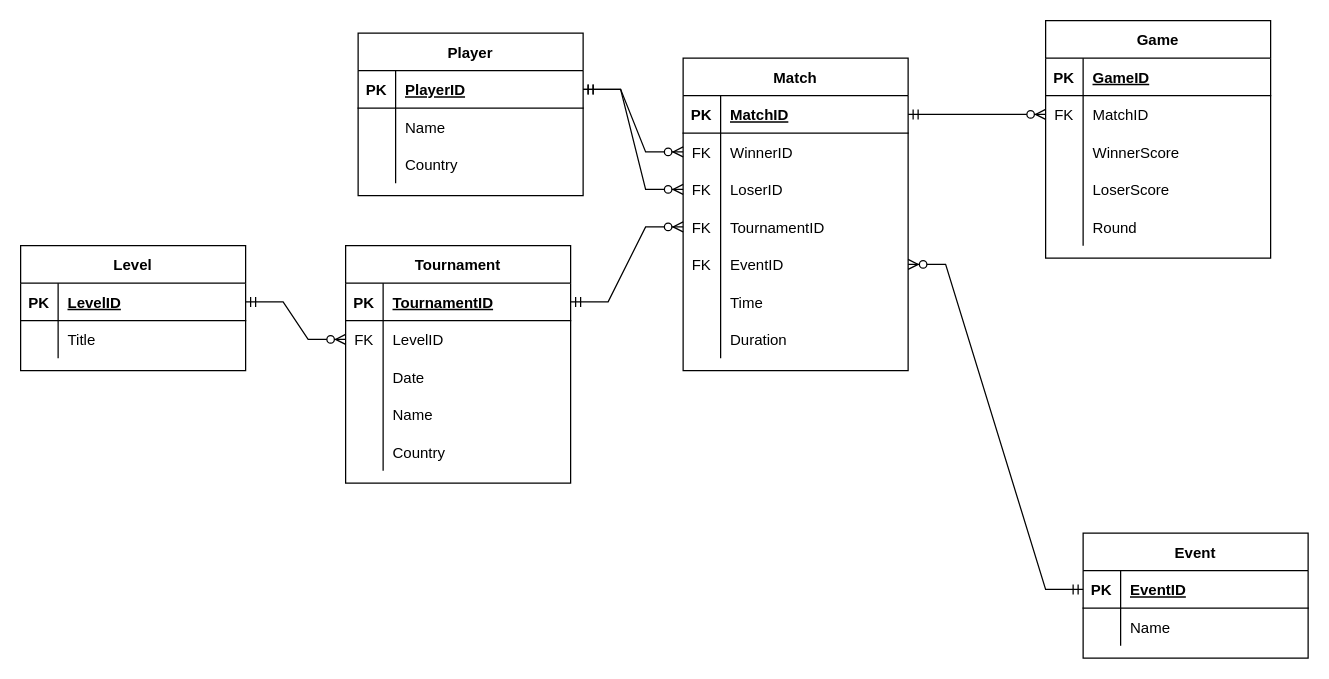
Before: bwfapi/web_scraper/db/bwf_schema.drawio in oscarlaaaa/badminton-api, a draw.io diagram. Source tidied: cells renumbered, new cells numbered last; positions are measured from the earlier drawing's top-left corner, leaving out a move shared by most shapes. Both pictures are drawn from the tidied source at 125%, with x=0, y=0 at pixel (20, 20).
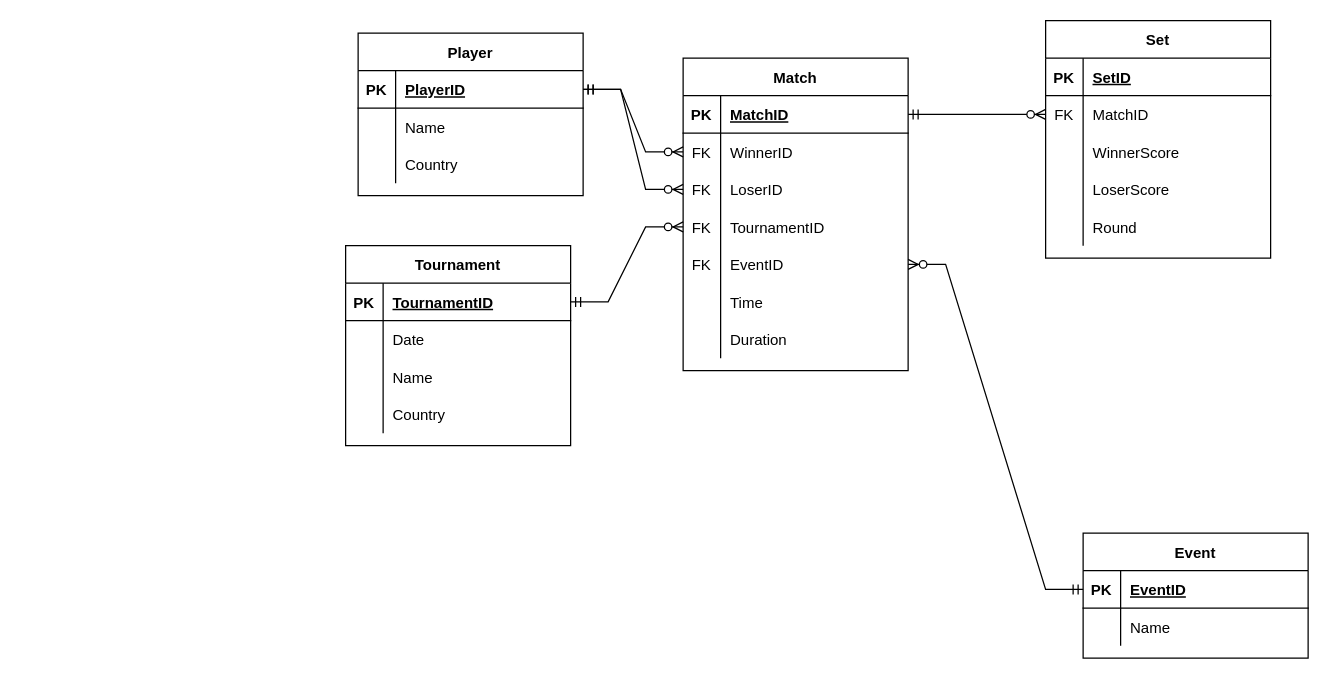
The same page after the edit.

The change refers to these unchanged cells:
```xml
<mxCell id="65" style="shape=partialRectangle;fillColor=none;top=0;left=0;bottom=1;right=0;" parent="64" vertex="1">
  <mxGeometry y="30" width="180" height="30" as="geometry" />
</mxCell>
```

The edit, as a diff of the source:
```diff
@@
     <mxCell id="24" value="Tournament" style="shape=table;startSize=30;childLayout=tableLayout;rowLines=0;fontStyle=1;align=center;" parent="1" vertex="1">
-      <mxGeometry x="260" y="180" width="180" height="190" as="geometry" />
+      <mxGeometry x="260" y="180" width="180" height="160" as="geometry" />
     </mxCell>
@@
-    <mxCell id="28" style="shape=partialRectangle;fillColor=none;top=0;left=0;bottom=0;right=0;points=[[0,0.5],[1,0.5]];portConstraint=eastwest;" parent="24" vertex="1">
-      <mxGeometry y="60" width="180" height="30" as="geometry" />
-    </mxCell>
-    <mxCell id="29" value="FK" style="shape=partialRectangle;fillColor=none;top=0;left=0;bottom=0;right=0;overflow=hidden;" parent="28" vertex="1">
-      <mxGeometry width="30" height="30" as="geometry" />
-    </mxCell>
-    <mxCell id="30" value="LevelID" style="shape=partialRectangle;fillColor=none;top=0;left=0;bottom=0;right=0;align=left;spacingLeft=6;overflow=hidden;" parent="28" vertex="1">
-      <mxGeometry x="30" width="150" height="30" as="geometry" />
-    </mxCell>
     <mxCell id="31" style="shape=partialRectangle;fillColor=none;top=0;left=0;bottom=0;right=0;" parent="24" vertex="1">
-      <mxGeometry y="90" width="180" height="30" as="geometry" />
+      <mxGeometry y="60" width="180" height="30" as="geometry" />
     </mxCell>
@@
     <mxCell id="34" style="shape=partialRectangle;fillColor=none;top=0;left=0;bottom=0;right=0;" parent="24" vertex="1">
-      <mxGeometry y="120" width="180" height="30" as="geometry" />
+      <mxGeometry y="90" width="180" height="30" as="geometry" />
     </mxCell>
@@
     <mxCell id="37" style="shape=partialRectangle;fillColor=none;top=0;left=0;bottom=0;right=0;" parent="24" vertex="1">
-      <mxGeometry y="150" width="180" height="30" as="geometry" />
+      <mxGeometry y="120" width="180" height="30" as="geometry" />
     </mxCell>
@@
-    <mxCell id="57" value="Level" style="shape=table;startSize=30;childLayout=tableLayout;rowLines=0;fontStyle=1;align=center;" parent="1" vertex="1">
-      <mxGeometry y="180" width="180" height="100" as="geometry" />
-    </mxCell>
-    <mxCell id="58" style="shape=partialRectangle;fillColor=none;top=0;left=0;bottom=1;right=0;points=[[0,0.5],[1,0.5]];portConstraint=eastwest;" parent="57" vertex="1">
-      <mxGeometry y="30" width="180" height="30" as="geometry" />
-    </mxCell>
-    <mxCell id="59" value="PK" style="shape=partialRectangle;fillColor=none;top=0;left=0;bottom=0;right=0;fontStyle=1;overflow=hidden;" parent="58" vertex="1">
-      <mxGeometry width="30" height="30" as="geometry" />
-    </mxCell>
-    <mxCell id="60" value="LevelID" style="shape=partialRectangle;fillColor=none;top=0;left=0;bottom=0;right=0;align=left;spacingLeft=6;fontStyle=5;overflow=hidden;" parent="58" vertex="1">
-      <mxGeometry x="30" width="150" height="30" as="geometry" />
-    </mxCell>
-    <mxCell id="61" style="shape=partialRectangle;fillColor=none;top=0;left=0;bottom=0;right=0;" parent="57" vertex="1">
-      <mxGeometry y="60" width="180" height="30" as="geometry" />
-    </mxCell>
-    <mxCell id="62" style="shape=partialRectangle;fillColor=none;top=0;left=0;bottom=0;right=0;overflow=hidden;" parent="61" vertex="1">
-      <mxGeometry width="30" height="30" as="geometry" />
-    </mxCell>
-    <mxCell id="63" value="Title" style="shape=partialRectangle;fillColor=none;top=0;left=0;bottom=0;right=0;align=left;spacingLeft=6;overflow=hidden;" parent="61" vertex="1">
-      <mxGeometry x="30" width="150" height="30" as="geometry" />
-    </mxCell>
-    <mxCell id="64" value="Game" style="shape=table;startSize=30;childLayout=tableLayout;rowLines=0;fontStyle=1;align=center;" parent="1" vertex="1">
+    <mxCell id="64" value="Set" style="shape=table;startSize=30;childLayout=tableLayout;rowLines=0;fontStyle=1;align=center;" parent="1" vertex="1">
       <mxGeometry x="820" width="180" height="190" as="geometry" />
     </mxCell>
@@
-    <mxCell id="67" value="GameID" style="shape=partialRectangle;fillColor=none;top=0;left=0;bottom=0;right=0;align=left;spacingLeft=6;fontStyle=5;overflow=hidden;" parent="65" vertex="1">
+    <mxCell id="67" value="SetID" style="shape=partialRectangle;fillColor=none;top=0;left=0;bottom=0;right=0;align=left;spacingLeft=6;fontStyle=5;overflow=hidden;" parent="65" vertex="1">
       <mxGeometry x="30" width="150" height="30" as="geometry" />
     </mxCell>
@@
-    <mxCell id="82" style="edgeStyle=entityRelationEdgeStyle;fontSize=12;html=1;endArrow=ERzeroToMany;startArrow=ERmandOne;rounded=0;" parent="1" edge="1" source="58" target="28">
-      <mxGeometry relative="1" as="geometry" />
-    </mxCell>
```
